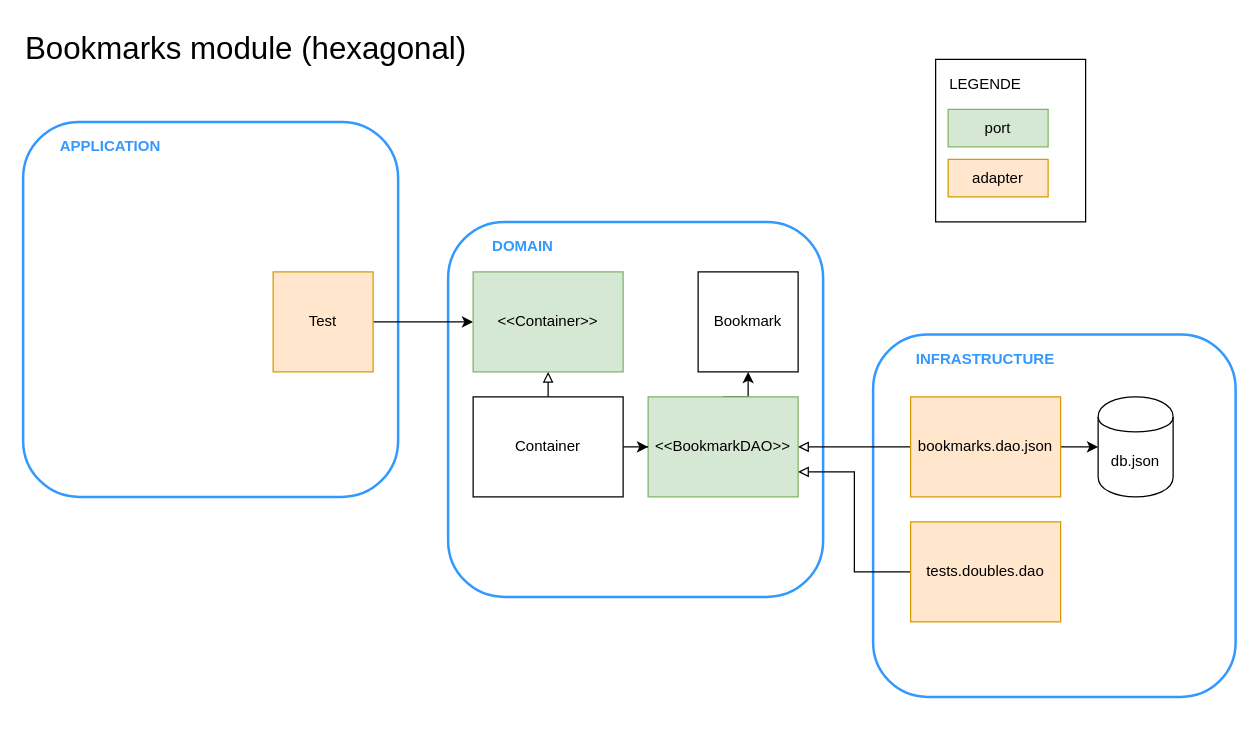
This is docs/diagrams/bookmarks-hexagonal.drawio from kerrerain/bookmarks, a draw.io file, before an edit. Source tidied: cells renumbered, new cells numbered last; positions are measured from the earlier drawing's top-left corner, leaving out a move shared by most shapes. Both pictures are drawn from the tidied source at 125%, with x=0, y=0 at pixel (22, 21).
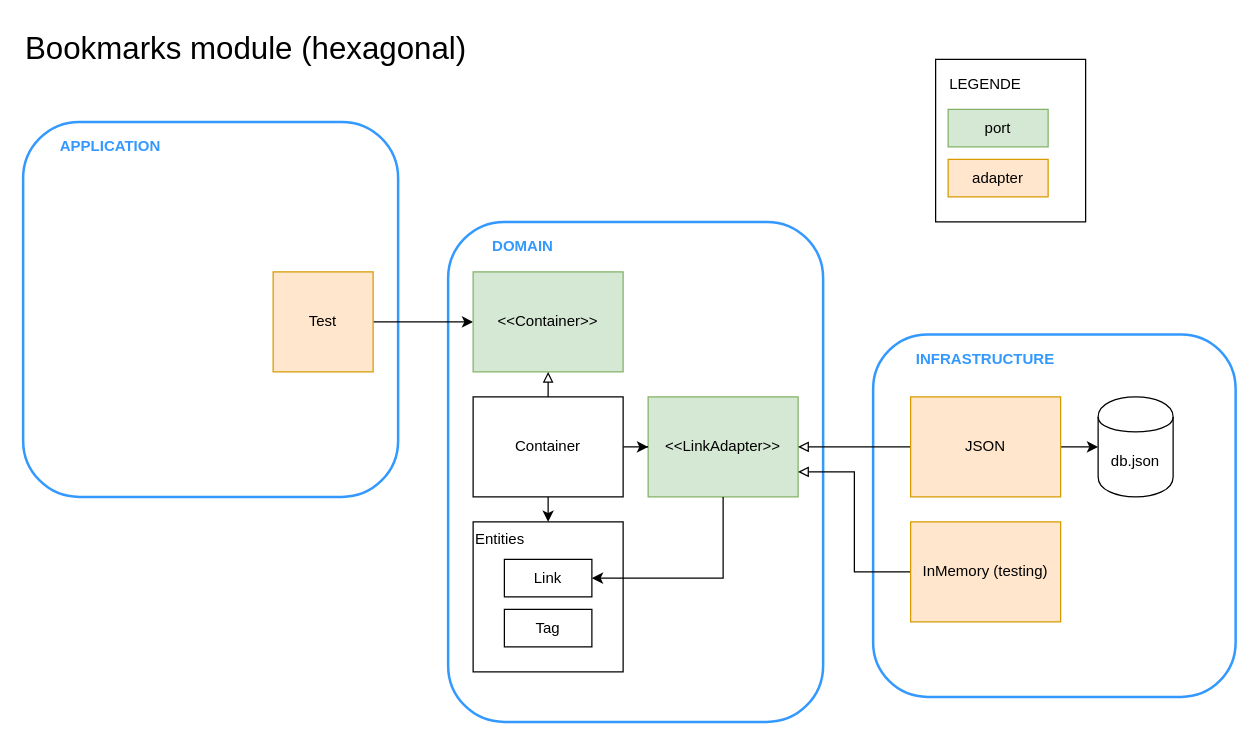
Above is the later version.

The change refers to these unchanged cells:
```xml
<mxCell id="23" value="Container" style="whiteSpace=wrap;html=1;" parent="1" vertex="1">
  <mxGeometry x="360" y="300" width="120" height="80" as="geometry" />
</mxCell>
```

Change to the diagram source:
```diff
@@
     <mxCell id="5" style="whiteSpace=wrap;html=1;align=center;rounded=1;strokeWidth=2;strokeColor=#3399FF;" parent="1" vertex="1">
-      <mxGeometry x="340" y="160" width="300" height="300" as="geometry" />
+      <mxGeometry x="340" y="160" width="300" height="400" as="geometry" />
     </mxCell>
-    <mxCell id="6" style="edgeStyle=orthogonalEdgeStyle;rounded=0;jettySize=auto;html=1;exitX=0.5;exitY=0;exitDx=0;exitDy=0;entryX=0.5;entryY=1;entryDx=0;entryDy=0;" parent="1" edge="1" source="7" target="14">
-      <mxGeometry relative="1" as="geometry" />
-    </mxCell>
-    <mxCell id="7" value="&amp;lt;&amp;lt;BookmarkDAO&amp;gt;&amp;gt;" style="whiteSpace=wrap;html=1;fillColor=#d5e8d4;strokeColor=#82b366;" parent="1" vertex="1">
+    <mxCell id="7" value="&amp;lt;&amp;lt;LinkAdapter&amp;gt;&amp;gt;" style="whiteSpace=wrap;html=1;fillColor=#d5e8d4;strokeColor=#82b366;" parent="1" vertex="1">
       <mxGeometry x="500" y="300" width="120" height="80" as="geometry" />
     </mxCell>
@@
-    <mxCell id="10" value="bookmarks.dao.json" style="whiteSpace=wrap;html=1;fillColor=#ffe6cc;strokeColor=#d79b00;" parent="1" vertex="1">
+    <mxCell id="10" value="JSON" style="whiteSpace=wrap;html=1;fillColor=#ffe6cc;strokeColor=#d79b00;" parent="1" vertex="1">
       <mxGeometry x="710" y="300" width="120" height="80" as="geometry" />
     </mxCell>
@@
-    <mxCell id="14" value="Bookmark" style="whiteSpace=wrap;html=1;" parent="1" vertex="1">
-      <mxGeometry x="540" y="200" width="80" height="80" as="geometry" />
-    </mxCell>
@@
-    <mxCell id="18" value="tests.doubles.dao" style="whiteSpace=wrap;html=1;fillColor=#ffe6cc;strokeColor=#d79b00;" parent="1" vertex="1">
+    <mxCell id="18" value="InMemory (testing)" style="whiteSpace=wrap;html=1;fillColor=#ffe6cc;strokeColor=#d79b00;" parent="1" vertex="1">
       <mxGeometry x="710" y="400" width="120" height="80" as="geometry" />
     </mxCell>
@@
+    <mxCell id="28" value="Entities" style="whiteSpace=wrap;html=1;align=left;verticalAlign=top;" parent="1" vertex="1">
+      <mxGeometry x="360" y="400" width="120" height="120" as="geometry" />
+    </mxCell>
+    <mxCell id="14" value="Link" style="whiteSpace=wrap;html=1;" parent="1" vertex="1">
+      <mxGeometry x="385" y="430" width="70" height="30" as="geometry" />
+    </mxCell>
+    <mxCell id="29" value="Tag" style="whiteSpace=wrap;html=1;" parent="1" vertex="1">
+      <mxGeometry x="385" y="470" width="70" height="30" as="geometry" />
+    </mxCell>
+    <mxCell id="30" style="edgeStyle=orthogonalEdgeStyle;rounded=0;jettySize=auto;html=1;" parent="1" edge="1" source="23">
+      <mxGeometry relative="1" as="geometry">
+        <mxPoint x="420" y="400" as="targetPoint" />
+      </mxGeometry>
+    </mxCell>
+    <mxCell id="6" style="edgeStyle=orthogonalEdgeStyle;rounded=0;jettySize=auto;html=1;exitX=0.5;exitY=1;exitDx=0;exitDy=0;entryX=1;entryY=0.5;entryDx=0;entryDy=0;" parent="1" edge="1" source="7" target="14">
+      <mxGeometry relative="1" as="geometry" />
+    </mxCell>
```
